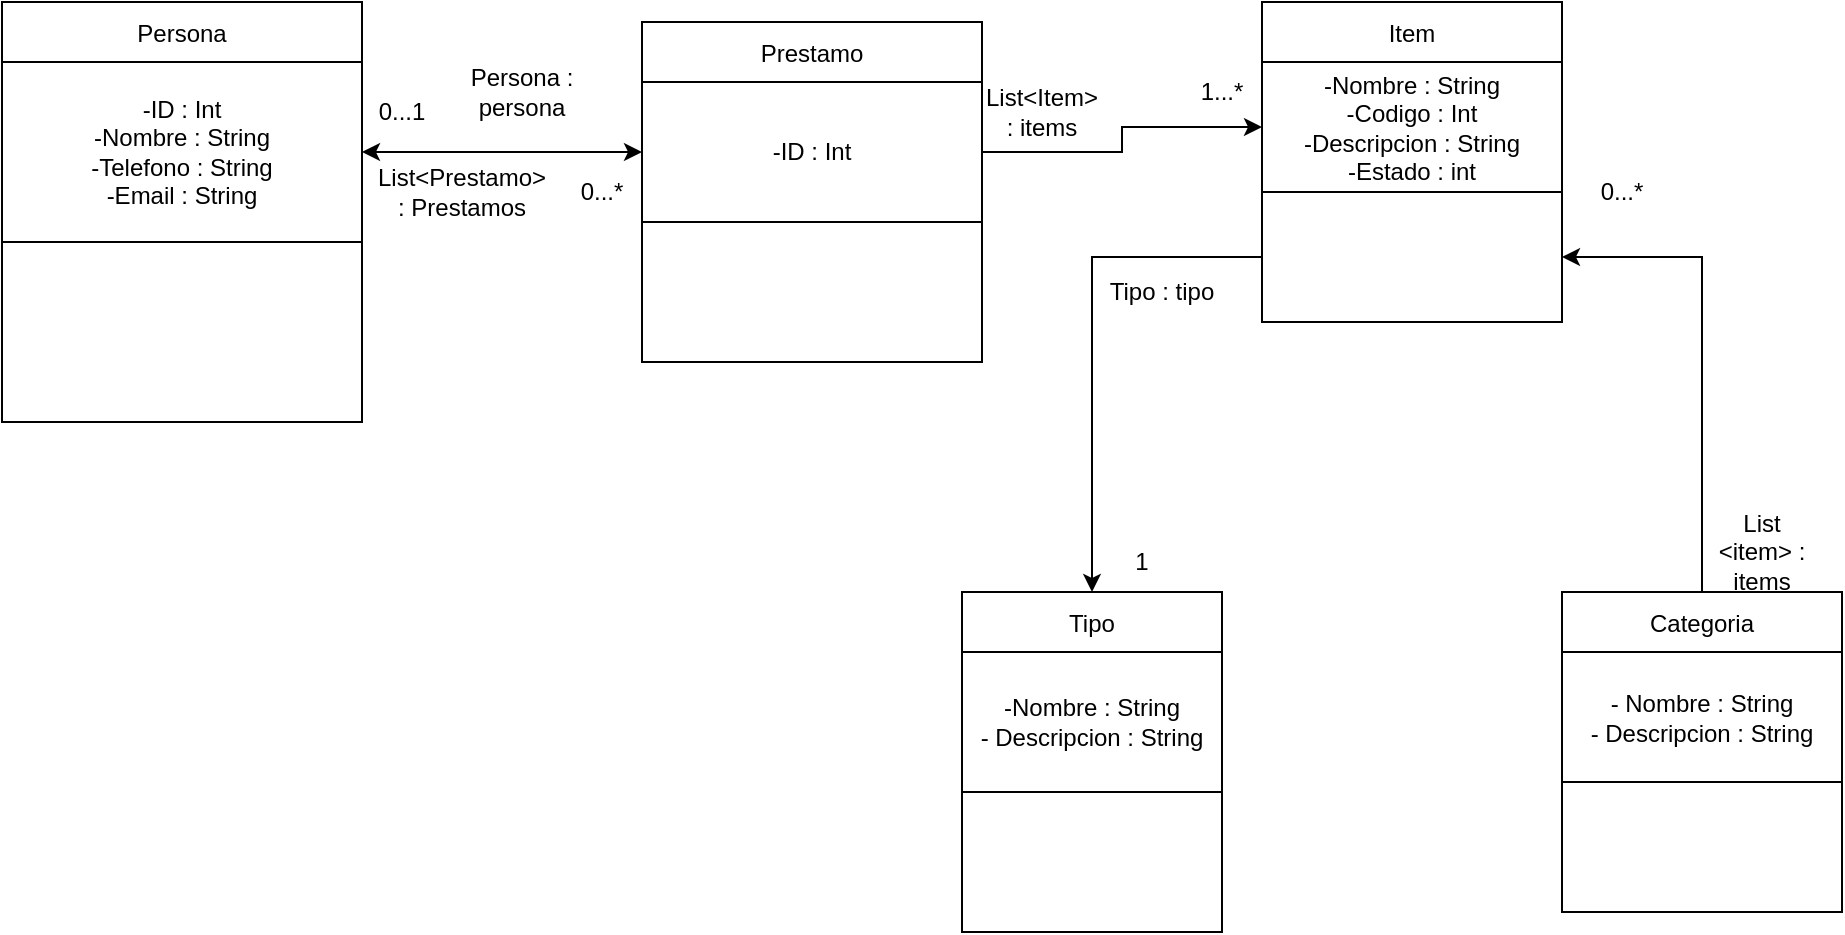
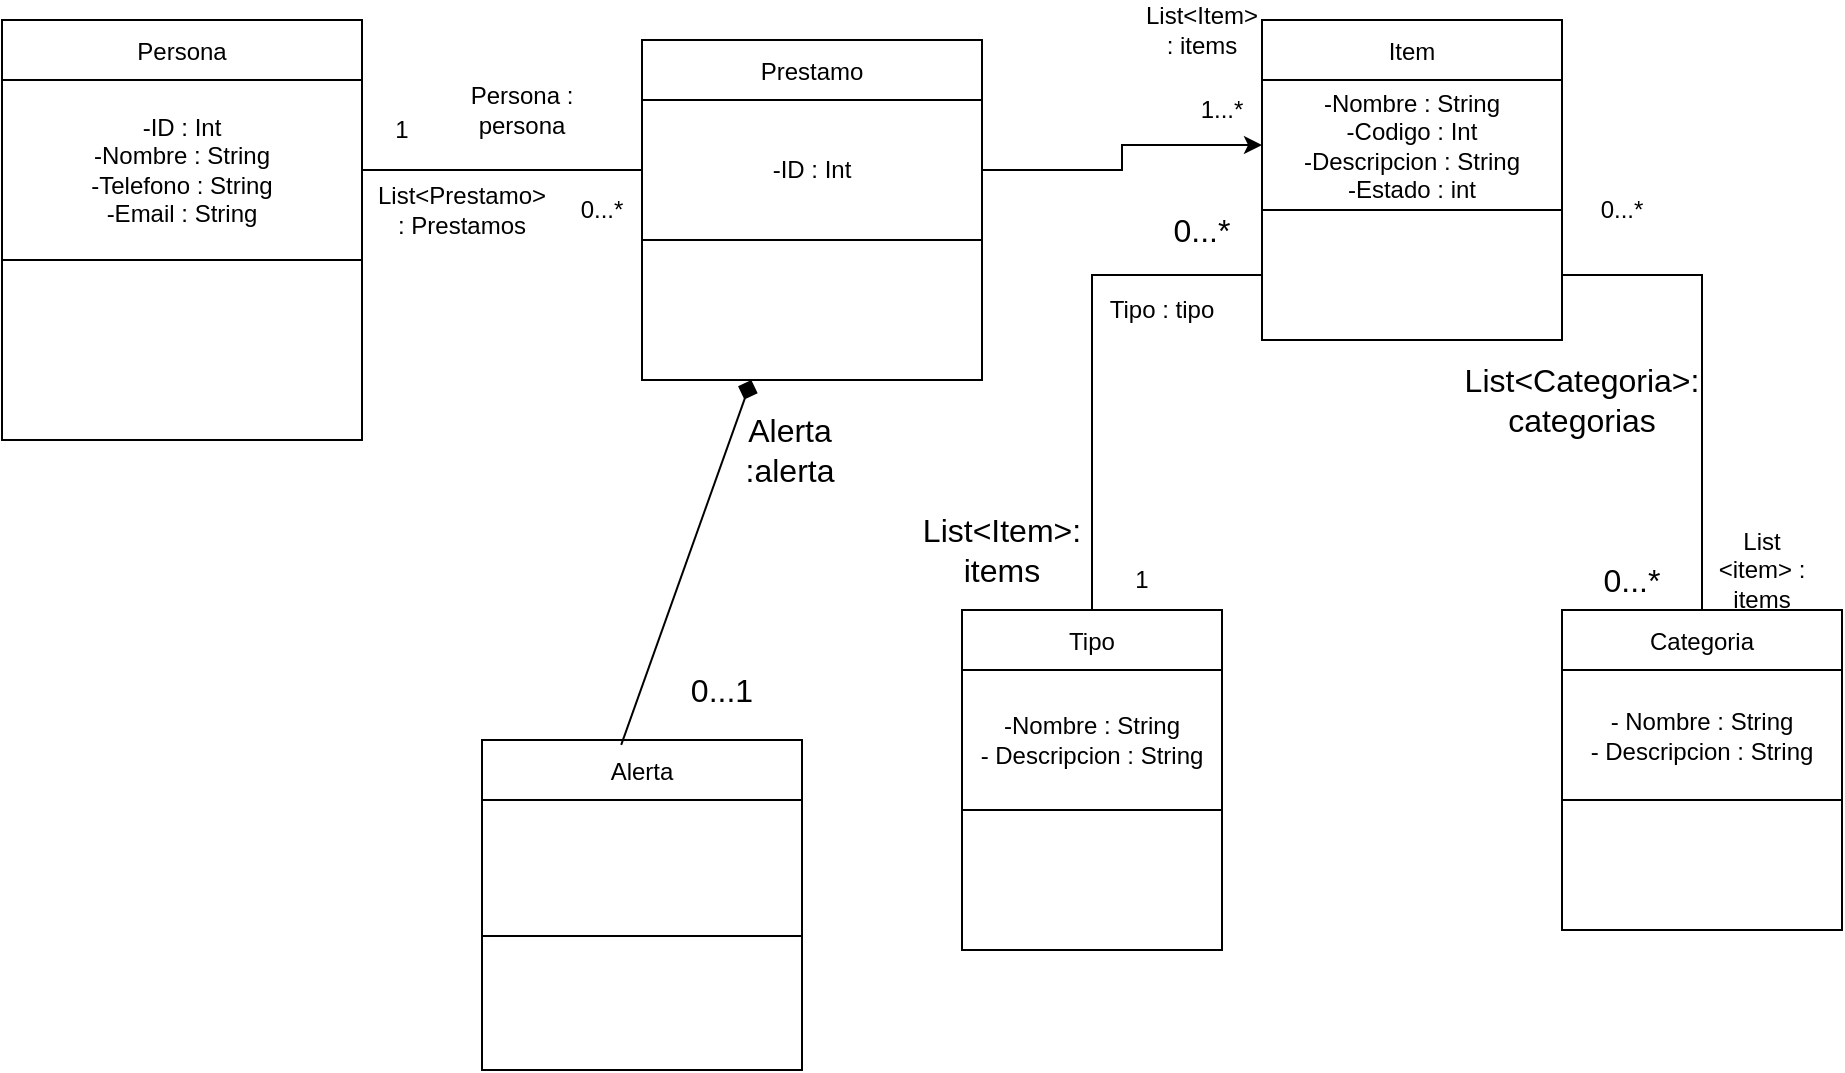
<mxfile host="app.diagrams.net">
  <diagram name="Página-1" id="gEKF-afSuJBGgSwqPxjD">
-     <mxGraphModel dx="1224" dy="542" grid="1" gridSize="10" guides="1" tooltips="1" connect="1" arrows="1" fold="1" page="1" pageScale="1" pageWidth="827" pageHeight="1169" math="0" shadow="0">
+     <mxGraphModel dx="1313" dy="792" grid="1" gridSize="10" guides="1" tooltips="1" connect="1" arrows="1" fold="1" page="1" pageScale="1" pageWidth="827" pageHeight="1169" math="0" shadow="0">
      <root>
        <mxCell id="0" />
        <mxCell id="1" parent="0" />
        <mxCell id="4vyR8nRWui6VSePEdvpd-1" parent="1" style="shape=table;startSize=30;container=1;collapsible=0;childLayout=tableLayout;fixedHeader=1;" value="Item" vertex="1">
          <mxGeometry height="160" width="150" x="650" y="40" as="geometry" />
        </mxCell>
        <mxCell id="4vyR8nRWui6VSePEdvpd-2" parent="4vyR8nRWui6VSePEdvpd-1" style="shape=tableRow;horizontal=0;startSize=0;swimlaneHead=0;swimlaneBody=0;strokeColor=inherit;top=0;left=0;bottom=0;right=0;collapsible=0;dropTarget=0;fillColor=none;points=[[0,0.5],[1,0.5]];portConstraint=eastwest;fixedHeader=1;" value="" vertex="1">
          <mxGeometry height="65" width="150" y="30" as="geometry" />
        </mxCell>
        <mxCell id="4vyR8nRWui6VSePEdvpd-3" parent="4vyR8nRWui6VSePEdvpd-2" style="shape=partialRectangle;html=1;whiteSpace=wrap;connectable=0;strokeColor=inherit;overflow=hidden;fillColor=none;top=0;left=0;bottom=0;right=0;pointerEvents=1;" value="-Nombre : String&lt;div&gt;-Codigo : Int&lt;/div&gt;&lt;div&gt;-Descripcion : String&lt;br&gt;-Estado : int&lt;/div&gt;" vertex="1">
          <mxGeometry height="65" width="150" as="geometry">
            <mxRectangle height="65" width="150" as="alternateBounds" />
          </mxGeometry>
        </mxCell>
        <mxCell id="4vyR8nRWui6VSePEdvpd-4" parent="4vyR8nRWui6VSePEdvpd-1" style="shape=tableRow;horizontal=0;startSize=0;swimlaneHead=0;swimlaneBody=0;strokeColor=inherit;top=0;left=0;bottom=0;right=0;collapsible=0;dropTarget=0;fillColor=none;points=[[0,0.5],[1,0.5]];portConstraint=eastwest;fixedHeader=1;" value="" vertex="1">
          <mxGeometry height="65" width="150" y="95" as="geometry" />
        </mxCell>
        <mxCell id="4vyR8nRWui6VSePEdvpd-5" parent="4vyR8nRWui6VSePEdvpd-4" style="shape=partialRectangle;html=1;whiteSpace=wrap;connectable=0;strokeColor=inherit;overflow=hidden;fillColor=none;top=0;left=0;bottom=0;right=0;pointerEvents=1;" value="" vertex="1">
          <mxGeometry height="65" width="150" as="geometry">
            <mxRectangle height="65" width="150" as="alternateBounds" />
          </mxGeometry>
        </mxCell>
        <mxCell id="4vyR8nRWui6VSePEdvpd-6" parent="1" style="shape=table;startSize=30;container=1;collapsible=0;childLayout=tableLayout;fixedHeader=1;" value="Persona" vertex="1">
          <mxGeometry height="210" width="180" x="20" y="40" as="geometry" />
        </mxCell>
        <mxCell id="4vyR8nRWui6VSePEdvpd-7" parent="4vyR8nRWui6VSePEdvpd-6" style="shape=tableRow;horizontal=0;startSize=0;swimlaneHead=0;swimlaneBody=0;strokeColor=inherit;top=0;left=0;bottom=0;right=0;collapsible=0;dropTarget=0;fillColor=none;points=[[0,0.5],[1,0.5]];portConstraint=eastwest;fixedHeader=1;" value="" vertex="1">
          <mxGeometry height="90" width="180" y="30" as="geometry" />
        </mxCell>
        <mxCell id="4vyR8nRWui6VSePEdvpd-8" parent="4vyR8nRWui6VSePEdvpd-7" style="shape=partialRectangle;html=1;whiteSpace=wrap;connectable=0;strokeColor=inherit;overflow=hidden;fillColor=none;top=0;left=0;bottom=0;right=0;pointerEvents=1;" value="-ID : Int&lt;div&gt;-Nombre : String&lt;br&gt;-Telefono : String&lt;br&gt;-Email : String&lt;/div&gt;" vertex="1">
          <mxGeometry height="90" width="180" as="geometry">
            <mxRectangle height="90" width="180" as="alternateBounds" />
          </mxGeometry>
        </mxCell>
        <mxCell id="4vyR8nRWui6VSePEdvpd-9" parent="4vyR8nRWui6VSePEdvpd-6" style="shape=tableRow;horizontal=0;startSize=0;swimlaneHead=0;swimlaneBody=0;strokeColor=inherit;top=0;left=0;bottom=0;right=0;collapsible=0;dropTarget=0;fillColor=none;points=[[0,0.5],[1,0.5]];portConstraint=eastwest;fixedHeader=1;" value="" vertex="1">
          <mxGeometry height="90" width="180" y="120" as="geometry" />
        </mxCell>
        <mxCell id="4vyR8nRWui6VSePEdvpd-10" parent="4vyR8nRWui6VSePEdvpd-9" style="shape=partialRectangle;html=1;whiteSpace=wrap;connectable=0;strokeColor=inherit;overflow=hidden;fillColor=none;top=0;left=0;bottom=0;right=0;pointerEvents=1;" value="" vertex="1">
          <mxGeometry height="90" width="180" as="geometry">
            <mxRectangle height="90" width="180" as="alternateBounds" />
          </mxGeometry>
        </mxCell>
        <mxCell id="4vyR8nRWui6VSePEdvpd-11" parent="1" style="shape=table;startSize=30;container=1;collapsible=0;childLayout=tableLayout;fixedHeader=1;" value="Tipo" vertex="1">
          <mxGeometry height="170" width="130" x="500" y="335" as="geometry" />
        </mxCell>
        <mxCell id="4vyR8nRWui6VSePEdvpd-12" parent="4vyR8nRWui6VSePEdvpd-11" style="shape=tableRow;horizontal=0;startSize=0;swimlaneHead=0;swimlaneBody=0;strokeColor=inherit;top=0;left=0;bottom=0;right=0;collapsible=0;dropTarget=0;fillColor=none;points=[[0,0.5],[1,0.5]];portConstraint=eastwest;fixedHeader=1;" value="" vertex="1">
          <mxGeometry height="70" width="130" y="30" as="geometry" />
        </mxCell>
        <mxCell id="4vyR8nRWui6VSePEdvpd-13" parent="4vyR8nRWui6VSePEdvpd-12" style="shape=partialRectangle;html=1;whiteSpace=wrap;connectable=0;strokeColor=inherit;overflow=hidden;fillColor=none;top=0;left=0;bottom=0;right=0;pointerEvents=1;" value="-Nombre : String&lt;br&gt;- Descripcion : String" vertex="1">
          <mxGeometry height="70" width="130" as="geometry">
            <mxRectangle height="70" width="130" as="alternateBounds" />
          </mxGeometry>
        </mxCell>
        <mxCell id="4vyR8nRWui6VSePEdvpd-14" parent="4vyR8nRWui6VSePEdvpd-11" style="shape=tableRow;horizontal=0;startSize=0;swimlaneHead=0;swimlaneBody=0;strokeColor=inherit;top=0;left=0;bottom=0;right=0;collapsible=0;dropTarget=0;fillColor=none;points=[[0,0.5],[1,0.5]];portConstraint=eastwest;fixedHeader=1;" value="" vertex="1">
          <mxGeometry height="70" width="130" y="100" as="geometry" />
        </mxCell>
        <mxCell id="4vyR8nRWui6VSePEdvpd-15" parent="4vyR8nRWui6VSePEdvpd-14" style="shape=partialRectangle;html=1;whiteSpace=wrap;connectable=0;strokeColor=inherit;overflow=hidden;fillColor=none;top=0;left=0;bottom=0;right=0;pointerEvents=1;" value="" vertex="1">
          <mxGeometry height="70" width="130" as="geometry">
            <mxRectangle height="70" width="130" as="alternateBounds" />
          </mxGeometry>
        </mxCell>
-         <mxCell id="yxXcuck7RKNR2Met1NWS-10" edge="1" parent="1" source="4vyR8nRWui6VSePEdvpd-16" style="edgeStyle=orthogonalEdgeStyle;rounded=0;orthogonalLoop=1;jettySize=auto;html=1;entryX=1;entryY=0.5;entryDx=0;entryDy=0;" target="4vyR8nRWui6VSePEdvpd-4">
+         <mxCell id="yxXcuck7RKNR2Met1NWS-10" edge="1" parent="1" source="4vyR8nRWui6VSePEdvpd-16" style="edgeStyle=orthogonalEdgeStyle;rounded=0;orthogonalLoop=1;jettySize=auto;html=1;entryX=1;entryY=0.5;entryDx=0;entryDy=0;endArrow=none;endFill=0;" target="4vyR8nRWui6VSePEdvpd-4">
          <mxGeometry relative="1" as="geometry">
            <mxPoint x="730" y="210" as="targetPoint" />
          </mxGeometry>
        </mxCell>
        <mxCell id="4vyR8nRWui6VSePEdvpd-16" parent="1" style="shape=table;startSize=30;container=1;collapsible=0;childLayout=tableLayout;fixedHeader=1;" value="Categoria" vertex="1">
          <mxGeometry height="160" width="140" x="800" y="335" as="geometry" />
        </mxCell>
        <mxCell id="4vyR8nRWui6VSePEdvpd-17" parent="4vyR8nRWui6VSePEdvpd-16" style="shape=tableRow;horizontal=0;startSize=0;swimlaneHead=0;swimlaneBody=0;strokeColor=inherit;top=0;left=0;bottom=0;right=0;collapsible=0;dropTarget=0;fillColor=none;points=[[0,0.5],[1,0.5]];portConstraint=eastwest;fixedHeader=1;" value="" vertex="1">
          <mxGeometry height="65" width="140" y="30" as="geometry" />
        </mxCell>
        <mxCell id="4vyR8nRWui6VSePEdvpd-18" parent="4vyR8nRWui6VSePEdvpd-17" style="shape=partialRectangle;html=1;whiteSpace=wrap;connectable=0;strokeColor=inherit;overflow=hidden;fillColor=none;top=0;left=0;bottom=0;right=0;pointerEvents=1;" value="- Nombre : String&lt;br&gt;- Descripcion : String" vertex="1">
          <mxGeometry height="65" width="140" as="geometry">
            <mxRectangle height="65" width="140" as="alternateBounds" />
          </mxGeometry>
        </mxCell>
        <mxCell id="4vyR8nRWui6VSePEdvpd-19" parent="4vyR8nRWui6VSePEdvpd-16" style="shape=tableRow;horizontal=0;startSize=0;swimlaneHead=0;swimlaneBody=0;strokeColor=inherit;top=0;left=0;bottom=0;right=0;collapsible=0;dropTarget=0;fillColor=none;points=[[0,0.5],[1,0.5]];portConstraint=eastwest;fixedHeader=1;" value="" vertex="1">
          <mxGeometry height="65" width="140" y="95" as="geometry" />
        </mxCell>
        <mxCell id="4vyR8nRWui6VSePEdvpd-20" parent="4vyR8nRWui6VSePEdvpd-19" style="shape=partialRectangle;html=1;whiteSpace=wrap;connectable=0;strokeColor=inherit;overflow=hidden;fillColor=none;top=0;left=0;bottom=0;right=0;pointerEvents=1;" value="" vertex="1">
          <mxGeometry height="65" width="140" as="geometry">
            <mxRectangle height="65" width="140" as="alternateBounds" />
          </mxGeometry>
        </mxCell>
        <mxCell id="4vyR8nRWui6VSePEdvpd-21" parent="1" style="shape=table;startSize=30;container=1;collapsible=0;childLayout=tableLayout;fixedHeader=1;" value="Prestamo" vertex="1">
          <mxGeometry height="170" width="170" x="340" y="50" as="geometry" />
        </mxCell>
        <mxCell id="4vyR8nRWui6VSePEdvpd-22" parent="4vyR8nRWui6VSePEdvpd-21" style="shape=tableRow;horizontal=0;startSize=0;swimlaneHead=0;swimlaneBody=0;strokeColor=inherit;top=0;left=0;bottom=0;right=0;collapsible=0;dropTarget=0;fillColor=none;points=[[0,0.5],[1,0.5]];portConstraint=eastwest;fixedHeader=1;" value="" vertex="1">
          <mxGeometry height="70" width="170" y="30" as="geometry" />
        </mxCell>
        <mxCell id="4vyR8nRWui6VSePEdvpd-23" parent="4vyR8nRWui6VSePEdvpd-22" style="shape=partialRectangle;html=1;whiteSpace=wrap;connectable=0;strokeColor=inherit;overflow=hidden;fillColor=none;top=0;left=0;bottom=0;right=0;pointerEvents=1;" value="-ID : Int" vertex="1">
          <mxGeometry height="70" width="170" as="geometry">
            <mxRectangle height="70" width="170" as="alternateBounds" />
          </mxGeometry>
        </mxCell>
        <mxCell id="4vyR8nRWui6VSePEdvpd-24" parent="4vyR8nRWui6VSePEdvpd-21" style="shape=tableRow;horizontal=0;startSize=0;swimlaneHead=0;swimlaneBody=0;strokeColor=inherit;top=0;left=0;bottom=0;right=0;collapsible=0;dropTarget=0;fillColor=none;points=[[0,0.5],[1,0.5]];portConstraint=eastwest;fixedHeader=1;" value="" vertex="1">
          <mxGeometry height="70" width="170" y="100" as="geometry" />
        </mxCell>
        <mxCell id="4vyR8nRWui6VSePEdvpd-25" parent="4vyR8nRWui6VSePEdvpd-24" style="shape=partialRectangle;html=1;whiteSpace=wrap;connectable=0;strokeColor=inherit;overflow=hidden;fillColor=none;top=0;left=0;bottom=0;right=0;pointerEvents=1;" value="" vertex="1">
          <mxGeometry height="70" width="170" as="geometry">
            <mxRectangle height="70" width="170" as="alternateBounds" />
          </mxGeometry>
        </mxCell>
-         <mxCell id="yxXcuck7RKNR2Met1NWS-1" edge="1" parent="1" source="4vyR8nRWui6VSePEdvpd-22" style="edgeStyle=orthogonalEdgeStyle;rounded=0;orthogonalLoop=1;jettySize=auto;html=1;entryX=1;entryY=0.5;entryDx=0;entryDy=0;startArrow=classic;startFill=1;" target="4vyR8nRWui6VSePEdvpd-7">
+         <mxCell id="yxXcuck7RKNR2Met1NWS-1" edge="1" parent="1" source="4vyR8nRWui6VSePEdvpd-22" style="edgeStyle=orthogonalEdgeStyle;rounded=0;orthogonalLoop=1;jettySize=auto;html=1;entryX=1;entryY=0.5;entryDx=0;entryDy=0;startArrow=none;startFill=0;endArrow=none;endFill=0;" target="4vyR8nRWui6VSePEdvpd-7">
          <mxGeometry relative="1" as="geometry" />
        </mxCell>
        <mxCell id="yxXcuck7RKNR2Met1NWS-2" parent="1" style="text;html=1;whiteSpace=wrap;strokeColor=none;fillColor=none;align=center;verticalAlign=middle;rounded=0;" value="Persona : persona" vertex="1">
          <mxGeometry height="30" width="60" x="250" y="70" as="geometry" />
        </mxCell>
-         <mxCell id="yxXcuck7RKNR2Met1NWS-3" parent="1" style="text;html=1;whiteSpace=wrap;strokeColor=none;fillColor=none;align=center;verticalAlign=middle;rounded=0;" value="0...1" vertex="1">
+         <mxCell id="yxXcuck7RKNR2Met1NWS-3" parent="1" style="text;html=1;whiteSpace=wrap;strokeColor=none;fillColor=none;align=center;verticalAlign=middle;rounded=0;" value="1" vertex="1">
          <mxGeometry height="30" width="60" x="190" y="80" as="geometry" />
        </mxCell>
        <mxCell id="yxXcuck7RKNR2Met1NWS-4" parent="1" style="text;html=1;whiteSpace=wrap;strokeColor=none;fillColor=none;align=center;verticalAlign=middle;rounded=0;" value="List&amp;lt;Prestamo&amp;gt; : Prestamos" vertex="1">
          <mxGeometry height="30" width="60" x="220" y="120" as="geometry" />
        </mxCell>
        <mxCell id="yxXcuck7RKNR2Met1NWS-5" parent="1" style="text;html=1;whiteSpace=wrap;strokeColor=none;fillColor=none;align=center;verticalAlign=middle;rounded=0;" value="0...*" vertex="1">
          <mxGeometry height="30" width="60" x="290" y="120" as="geometry" />
        </mxCell>
        <mxCell id="yxXcuck7RKNR2Met1NWS-6" edge="1" parent="1" source="4vyR8nRWui6VSePEdvpd-22" style="edgeStyle=orthogonalEdgeStyle;rounded=0;orthogonalLoop=1;jettySize=auto;html=1;" target="4vyR8nRWui6VSePEdvpd-2">
          <mxGeometry relative="1" as="geometry" />
        </mxCell>
        <mxCell id="yxXcuck7RKNR2Met1NWS-7" parent="1" style="text;html=1;whiteSpace=wrap;strokeColor=none;fillColor=none;align=center;verticalAlign=middle;rounded=0;" value="List&amp;lt;Item&amp;gt; : items" vertex="1">
-           <mxGeometry height="30" width="60" x="510" y="80" as="geometry" />
+           <mxGeometry height="30" width="60" x="590" y="30" as="geometry" />
        </mxCell>
        <mxCell id="yxXcuck7RKNR2Met1NWS-8" parent="1" style="text;html=1;whiteSpace=wrap;strokeColor=none;fillColor=none;align=center;verticalAlign=middle;rounded=0;" value="1...*" vertex="1">
          <mxGeometry height="30" width="60" x="600" y="70" as="geometry" />
        </mxCell>
-         <mxCell id="yxXcuck7RKNR2Met1NWS-9" edge="1" parent="1" source="4vyR8nRWui6VSePEdvpd-4" style="edgeStyle=orthogonalEdgeStyle;rounded=0;orthogonalLoop=1;jettySize=auto;html=1;entryX=0.5;entryY=0;entryDx=0;entryDy=0;" target="4vyR8nRWui6VSePEdvpd-11">
+         <mxCell id="yxXcuck7RKNR2Met1NWS-9" edge="1" parent="1" source="4vyR8nRWui6VSePEdvpd-4" style="edgeStyle=orthogonalEdgeStyle;rounded=0;orthogonalLoop=1;jettySize=auto;html=1;entryX=0.5;entryY=0;entryDx=0;entryDy=0;endArrow=none;endFill=0;" target="4vyR8nRWui6VSePEdvpd-11">
          <mxGeometry relative="1" as="geometry" />
        </mxCell>
        <mxCell id="yxXcuck7RKNR2Met1NWS-11" parent="1" style="text;html=1;whiteSpace=wrap;strokeColor=none;fillColor=none;align=center;verticalAlign=middle;rounded=0;" value="Tipo : tipo" vertex="1">
          <mxGeometry height="30" width="60" x="570" y="170" as="geometry" />
        </mxCell>
        <mxCell id="yxXcuck7RKNR2Met1NWS-12" parent="1" style="text;html=1;whiteSpace=wrap;strokeColor=none;fillColor=none;align=center;verticalAlign=middle;rounded=0;" value="1" vertex="1">
          <mxGeometry height="30" width="60" x="560" y="305" as="geometry" />
        </mxCell>
        <mxCell id="yxXcuck7RKNR2Met1NWS-13" parent="1" style="text;html=1;whiteSpace=wrap;strokeColor=none;fillColor=none;align=center;verticalAlign=middle;rounded=0;" value="List &amp;lt;item&lt;span style=&quot;background-color: transparent; color: light-dark(rgb(0, 0, 0), rgb(255, 255, 255));&quot;&gt;&amp;gt; : items&lt;/span&gt;" vertex="1">
          <mxGeometry height="30" width="60" x="870" y="300" as="geometry" />
        </mxCell>
        <mxCell id="yxXcuck7RKNR2Met1NWS-14" parent="1" style="text;html=1;whiteSpace=wrap;strokeColor=none;fillColor=none;align=center;verticalAlign=middle;rounded=0;" value="0...*" vertex="1">
          <mxGeometry height="30" width="60" x="800" y="120" as="geometry" />
        </mxCell>
+         <mxCell id="rHPK8QVkW1MpjsA3PCO0-1" parent="1" style="text;html=1;whiteSpace=wrap;strokeColor=none;fillColor=none;align=center;verticalAlign=middle;rounded=0;fontSize=16;" value="List&amp;lt;Categoria&amp;gt;: categorias" vertex="1">
+           <mxGeometry height="60" width="100" x="760" y="200" as="geometry" />
+         </mxCell>
+         <mxCell id="rHPK8QVkW1MpjsA3PCO0-2" parent="1" style="text;html=1;whiteSpace=wrap;strokeColor=none;fillColor=none;align=center;verticalAlign=middle;rounded=0;fontSize=16;" value="0...*" vertex="1">
+           <mxGeometry height="30" width="70" x="800" y="305" as="geometry" />
+         </mxCell>
+         <mxCell id="rHPK8QVkW1MpjsA3PCO0-3" parent="1" style="text;html=1;whiteSpace=wrap;strokeColor=none;fillColor=none;align=center;verticalAlign=middle;rounded=0;fontSize=16;" value="List&amp;lt;Item&amp;gt;: items" vertex="1">
+           <mxGeometry height="30" width="60" x="490" y="290" as="geometry" />
+         </mxCell>
+         <mxCell id="rHPK8QVkW1MpjsA3PCO0-4" parent="1" style="text;html=1;whiteSpace=wrap;strokeColor=none;fillColor=none;align=center;verticalAlign=middle;rounded=0;fontSize=16;" value="0...*" vertex="1">
+           <mxGeometry height="30" width="60" x="590" y="130" as="geometry" />
+         </mxCell>
+         <mxCell id="rHPK8QVkW1MpjsA3PCO0-5" parent="1" style="shape=table;startSize=30;container=1;collapsible=0;childLayout=tableLayout;fixedHeader=1;" value="Alerta" vertex="1">
+           <mxGeometry height="165" width="160" x="260" y="400" as="geometry" />
+         </mxCell>
+         <mxCell id="rHPK8QVkW1MpjsA3PCO0-6" parent="rHPK8QVkW1MpjsA3PCO0-5" style="shape=tableRow;horizontal=0;startSize=0;swimlaneHead=0;swimlaneBody=0;strokeColor=inherit;top=0;left=0;bottom=0;right=0;collapsible=0;dropTarget=0;fillColor=none;points=[[0,0.5],[1,0.5]];portConstraint=eastwest;fixedHeader=1;" value="" vertex="1">
+           <mxGeometry height="68" width="160" y="30" as="geometry" />
+         </mxCell>
+         <mxCell id="rHPK8QVkW1MpjsA3PCO0-7" parent="rHPK8QVkW1MpjsA3PCO0-6" style="shape=partialRectangle;html=1;whiteSpace=wrap;connectable=0;strokeColor=inherit;overflow=hidden;fillColor=none;top=0;left=0;bottom=0;right=0;pointerEvents=1;" value="" vertex="1">
+           <mxGeometry height="68" width="160" as="geometry">
+             <mxRectangle height="68" width="160" as="alternateBounds" />
+           </mxGeometry>
+         </mxCell>
+         <mxCell id="rHPK8QVkW1MpjsA3PCO0-8" parent="rHPK8QVkW1MpjsA3PCO0-5" style="shape=tableRow;horizontal=0;startSize=0;swimlaneHead=0;swimlaneBody=0;strokeColor=inherit;top=0;left=0;bottom=0;right=0;collapsible=0;dropTarget=0;fillColor=none;points=[[0,0.5],[1,0.5]];portConstraint=eastwest;fixedHeader=1;" value="" vertex="1">
+           <mxGeometry height="67" width="160" y="98" as="geometry" />
+         </mxCell>
+         <mxCell id="rHPK8QVkW1MpjsA3PCO0-9" parent="rHPK8QVkW1MpjsA3PCO0-8" style="shape=partialRectangle;html=1;whiteSpace=wrap;connectable=0;strokeColor=inherit;overflow=hidden;fillColor=none;top=0;left=0;bottom=0;right=0;pointerEvents=1;" value="" vertex="1">
+           <mxGeometry height="67" width="160" as="geometry">
+             <mxRectangle height="67" width="160" as="alternateBounds" />
+           </mxGeometry>
+         </mxCell>
+         <mxCell id="rHPK8QVkW1MpjsA3PCO0-10" edge="1" parent="1" source="4vyR8nRWui6VSePEdvpd-21" style="edgeStyle=none;curved=1;rounded=0;orthogonalLoop=1;jettySize=auto;html=1;fontSize=12;startSize=8;endSize=8;entryX=0.435;entryY=0.015;entryDx=0;entryDy=0;entryPerimeter=0;endArrow=none;endFill=0;startArrow=diamond;startFill=1;" target="rHPK8QVkW1MpjsA3PCO0-5">
+           <mxGeometry relative="1" as="geometry">
+             <mxPoint x="390" y="400" as="targetPoint" />
+           </mxGeometry>
+         </mxCell>
+         <mxCell id="rHPK8QVkW1MpjsA3PCO0-11" parent="1" style="text;html=1;whiteSpace=wrap;strokeColor=none;fillColor=none;align=center;verticalAlign=middle;rounded=0;fontSize=16;" value="Alerta :alerta" vertex="1">
+           <mxGeometry height="30" width="60" x="384" y="240" as="geometry" />
+         </mxCell>
+         <mxCell id="rHPK8QVkW1MpjsA3PCO0-12" parent="1" style="text;html=1;whiteSpace=wrap;strokeColor=none;fillColor=none;align=center;verticalAlign=middle;rounded=0;fontSize=16;" value="0...1" vertex="1">
+           <mxGeometry height="30" width="60" x="350" y="360" as="geometry" />
+         </mxCell>
      </root>
    </mxGraphModel>
  </diagram>
</mxfile>
